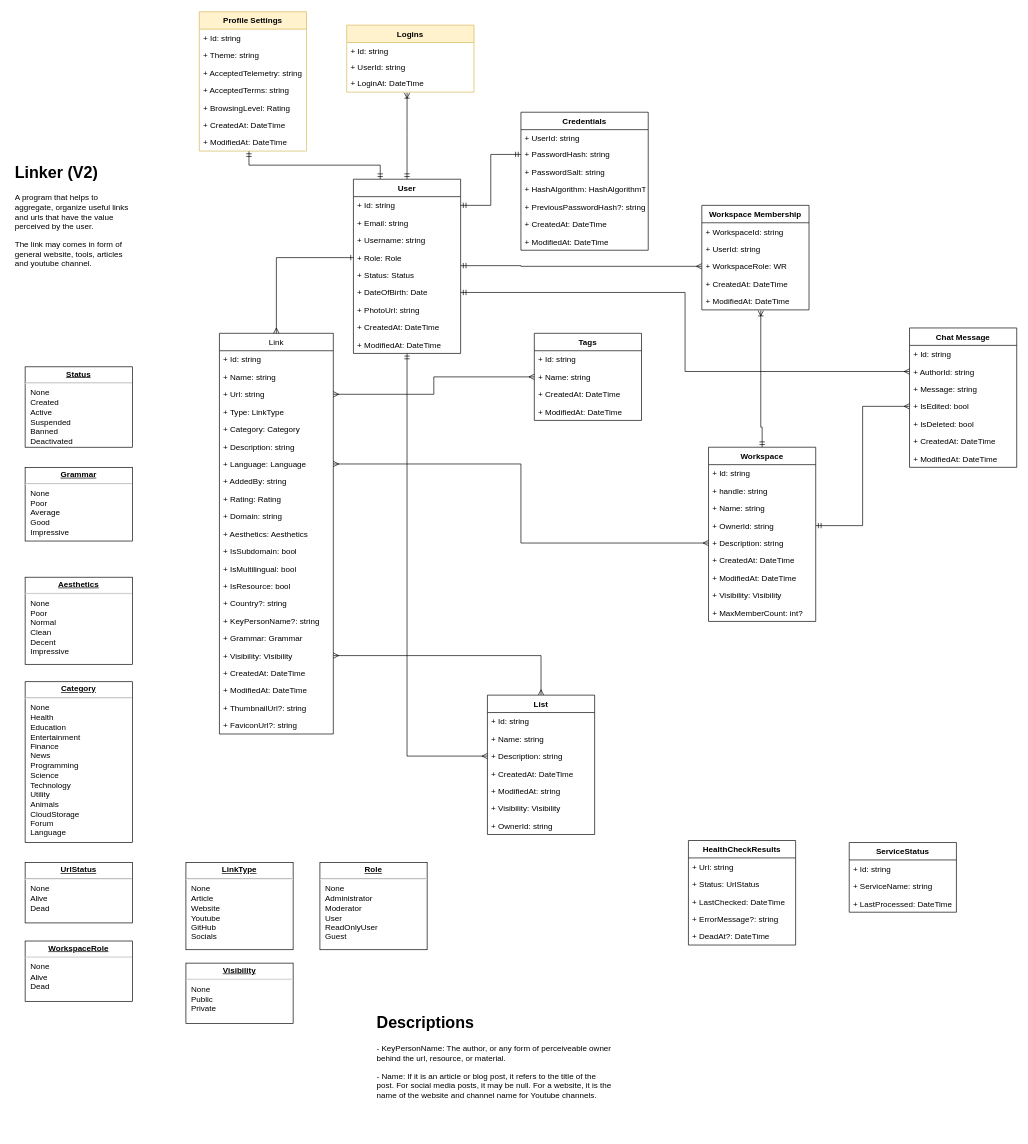
The draw.io diagram page "V2 Class Diagram" (5 of 7) of docs/Linker.drawio in data-miner00/Linker, before the edit. Source tidied: cells renumbered, new cells numbered last; positions are measured from the earlier drawing's top-left corner, leaving out a move shared by most shapes. Both pictures are drawn from the tidied source at 67%, with x=0, y=0 at pixel (11, 11).
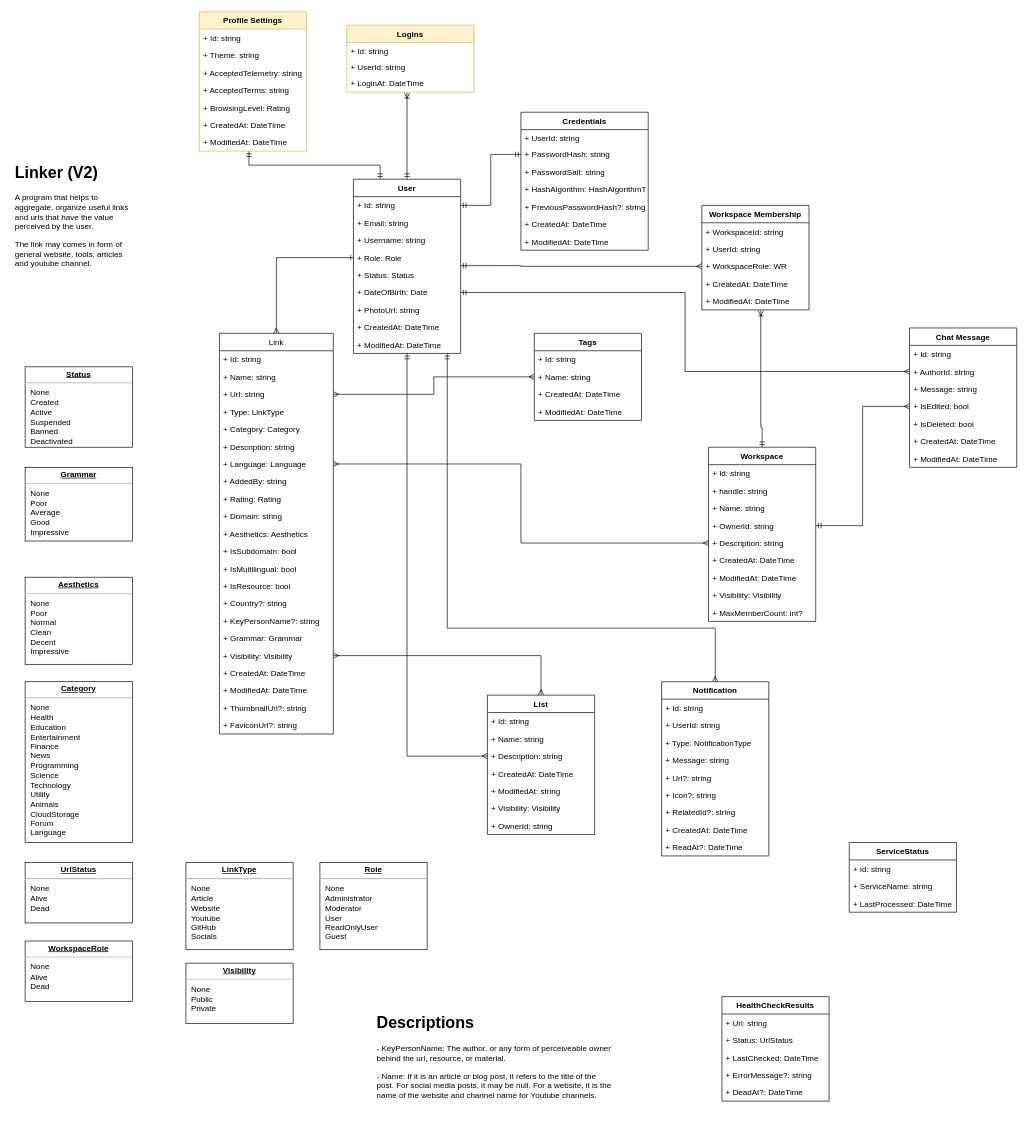
The same diagram, later.

Commit message:
docs: Add cli class diagram

Unchanged cells that the change refers to:
```xml
<mxCell id="32" value="User" style="swimlane;fontStyle=1;align=center;verticalAlign=top;horizontal=1;startSize=26;" parent="1" vertex="1">
  <mxGeometry x="510" y="250" width="160" height="260" as="geometry" />
</mxCell>
```

Change to the diagram source:
```diff
@@
+    <mxCell id="125" style="edgeStyle=orthogonalEdgeStyle;rounded=0;jettySize=auto;html=1;entryX=0.5;entryY=0;entryDx=0;entryDy=0;endArrow=ERmany;endFill=0;startArrow=ERmandOne;startFill=0;" parent="1" edge="1" source="32" target="126">
+      <mxGeometry relative="1" as="geometry">
+        <Array as="points">
+          <mxPoint x="650" y="920" />
+          <mxPoint x="1050" y="920" />
+        </Array>
+      </mxGeometry>
+    </mxCell>
@@
     <mxCell id="74" value="HealthCheckResults" style="swimlane;fontStyle=1;align=center;verticalAlign=top;horizontal=1;startSize=26;" parent="1" vertex="1">
-      <mxGeometry x="1010" y="1237" width="160" height="156" as="geometry" />
+      <mxGeometry x="1060" y="1470" width="160" height="156" as="geometry" />
     </mxCell>
@@
+    <mxCell id="126" value="Notification" style="swimlane;fontStyle=1;align=center;verticalAlign=top;horizontal=1;startSize=26;" parent="1" vertex="1">
+      <mxGeometry x="970" y="1000" width="160" height="260" as="geometry" />
+    </mxCell>
+    <mxCell id="127" value="+ Id: string" style="text;strokeColor=none;fillColor=none;align=left;verticalAlign=top;spacingLeft=4;spacingRight=4;overflow=hidden;" parent="126" vertex="1">
+      <mxGeometry y="26" width="160" height="26" as="geometry" />
+    </mxCell>
+    <mxCell id="128" value="+ UserId: string" style="text;strokeColor=none;fillColor=none;align=left;verticalAlign=top;spacingLeft=4;spacingRight=4;overflow=hidden;" parent="126" vertex="1">
+      <mxGeometry y="52" width="160" height="26" as="geometry" />
+    </mxCell>
+    <mxCell id="129" value="+ Type: NotificationType" style="text;strokeColor=none;fillColor=none;align=left;verticalAlign=top;spacingLeft=4;spacingRight=4;overflow=hidden;" parent="126" vertex="1">
+      <mxGeometry y="78" width="160" height="26" as="geometry" />
+    </mxCell>
+    <mxCell id="130" value="+ Message: string" style="text;strokeColor=none;fillColor=none;align=left;verticalAlign=top;spacingLeft=4;spacingRight=4;overflow=hidden;" parent="126" vertex="1">
+      <mxGeometry y="104" width="160" height="26" as="geometry" />
+    </mxCell>
+    <mxCell id="131" value="+ Url?: string" style="text;strokeColor=none;fillColor=none;align=left;verticalAlign=top;spacingLeft=4;spacingRight=4;overflow=hidden;" parent="126" vertex="1">
+      <mxGeometry y="130" width="160" height="26" as="geometry" />
+    </mxCell>
+    <mxCell id="132" value="+ Icon?: string" style="text;strokeColor=none;fillColor=none;align=left;verticalAlign=top;spacingLeft=4;spacingRight=4;overflow=hidden;" parent="126" vertex="1">
+      <mxGeometry y="156" width="160" height="26" as="geometry" />
+    </mxCell>
+    <mxCell id="133" value="+ RelatedId?: string" style="text;strokeColor=none;fillColor=none;align=left;verticalAlign=top;spacingLeft=4;spacingRight=4;overflow=hidden;" parent="126" vertex="1">
+      <mxGeometry y="182" width="160" height="26" as="geometry" />
+    </mxCell>
+    <mxCell id="134" value="+ CreatedAt: DateTime" style="text;strokeColor=none;fillColor=none;align=left;verticalAlign=top;spacingLeft=4;spacingRight=4;overflow=hidden;" parent="126" vertex="1">
+      <mxGeometry y="208" width="160" height="26" as="geometry" />
+    </mxCell>
+    <mxCell id="135" value="+ ReadAt?: DateTime" style="text;strokeColor=none;fillColor=none;align=left;verticalAlign=top;spacingLeft=4;spacingRight=4;overflow=hidden;" parent="126" vertex="1">
+      <mxGeometry y="234" width="160" height="26" as="geometry" />
+    </mxCell>
```
